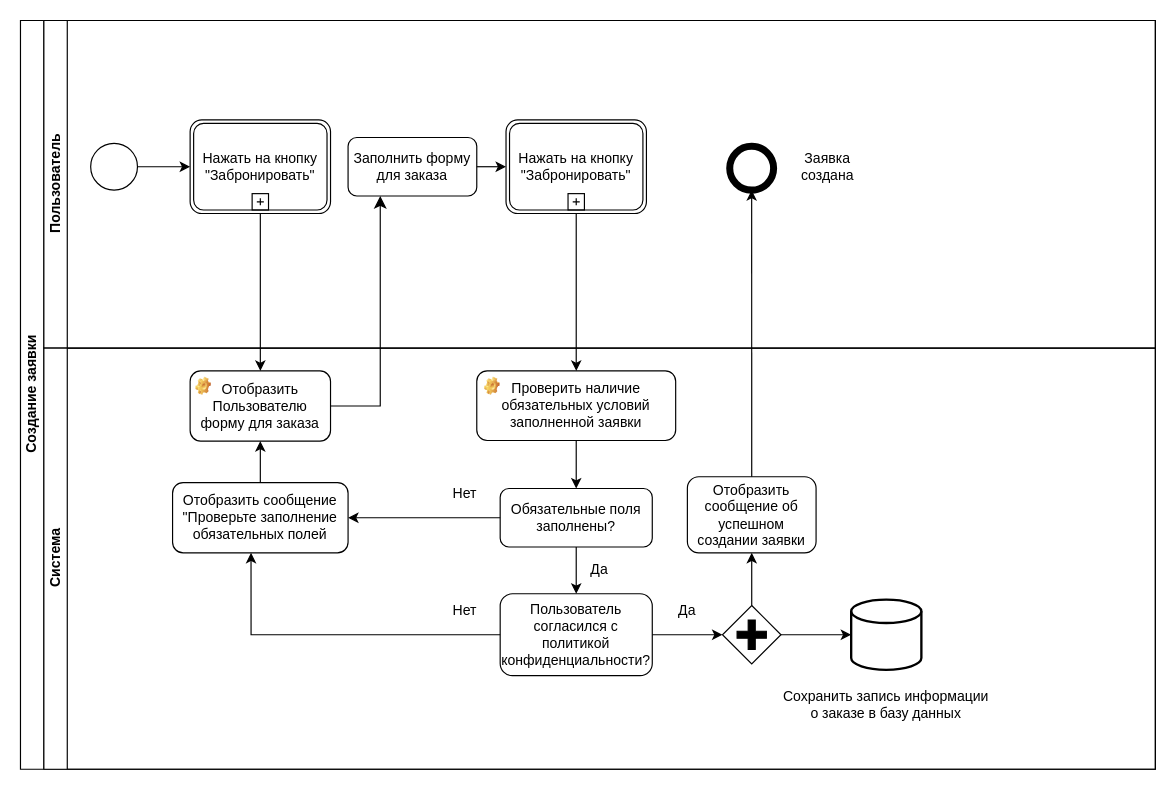
Above: BPMN_study.drawio in pytonuserouner/UML_study (draw.io), before the change. Source tidied: cells renumbered, new cells numbered last; positions are measured from the earlier drawing's top-left corner, leaving out a move shared by most shapes. Both pictures are drawn from the tidied source at 117%, with x=0, y=0 at pixel (20, 20).
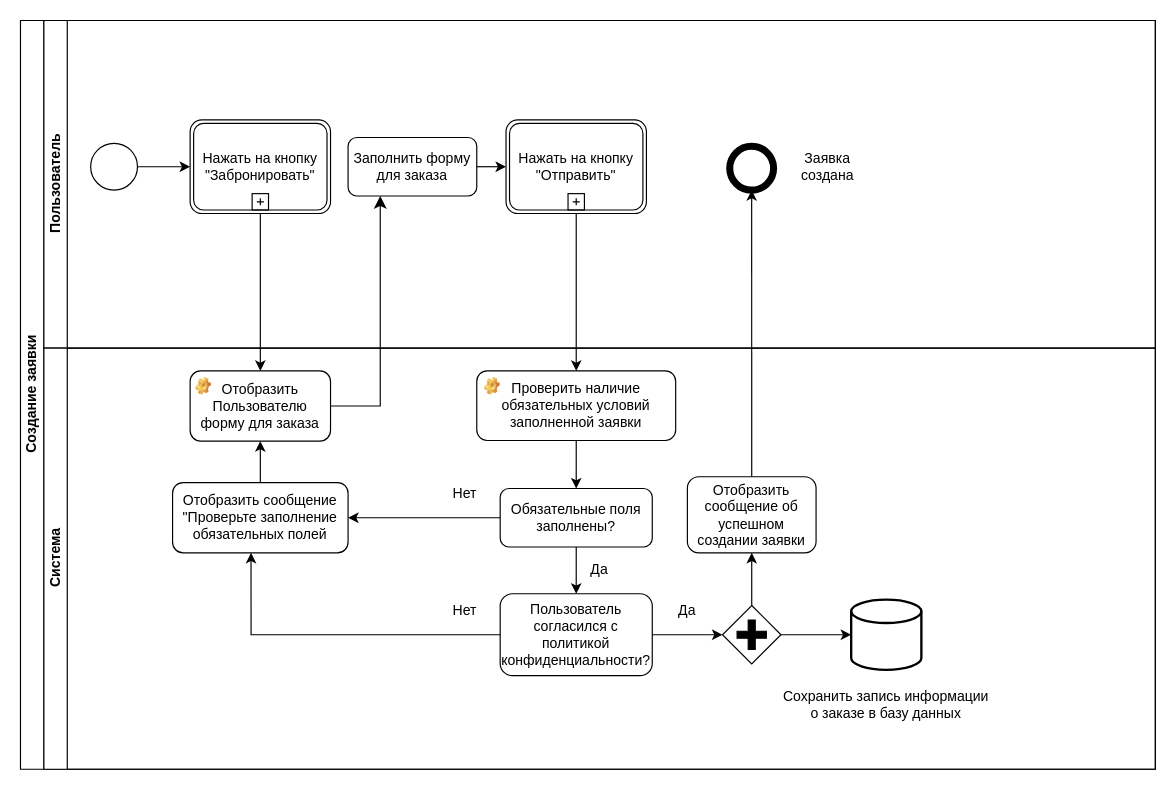
Above is the later version.

Unchanged cells that the change refers to:
```xml
<mxCell id="3" value="Пользователь" style="swimlane;html=1;startSize=20;horizontal=0;" parent="2" vertex="1">
  <mxGeometry x="20" width="950" height="280" as="geometry" />
</mxCell>
```

Diff of the diagram source:
```diff
@@
-    <mxCell id="11" value="Нажать на кнопку &quot;Забронировать&quot;" style="points=[[0.25,0,0],[0.5,0,0],[0.75,0,0],[1,0.25,0],[1,0.5,0],[1,0.75,0],[0.75,1,0],[0.5,1,0],[0.25,1,0],[0,0.75,0],[0,0.5,0],[0,0.25,0]];shape=mxgraph.bpmn.task;whiteSpace=wrap;rectStyle=rounded;size=10;html=1;taskMarker=abstract;bpmnShapeType=transaction;isLoopSub=1;" parent="3" vertex="1">
+    <mxCell id="11" value="Нажать на кнопку &quot;Отправить&quot;" style="points=[[0.25,0,0],[0.5,0,0],[0.75,0,0],[1,0.25,0],[1,0.5,0],[1,0.75,0],[0.75,1,0],[0.5,1,0],[0.25,1,0],[0,0.75,0],[0,0.5,0],[0,0.25,0]];shape=mxgraph.bpmn.task;whiteSpace=wrap;rectStyle=rounded;size=10;html=1;taskMarker=abstract;bpmnShapeType=transaction;isLoopSub=1;" parent="3" vertex="1">
       <mxGeometry x="395" y="85" width="120" height="80" as="geometry" />
     </mxCell>
```
